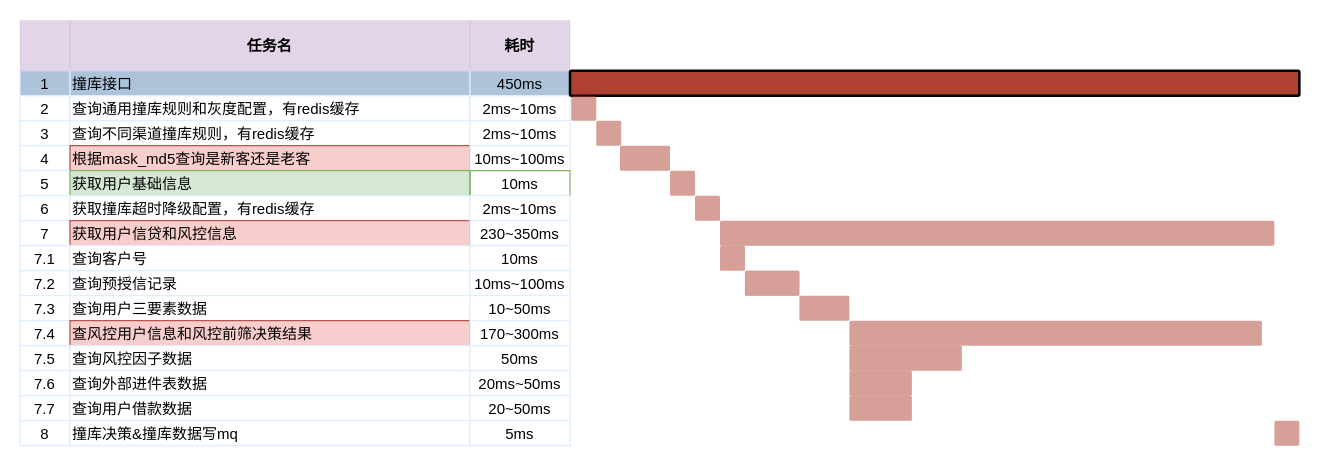
Earlier version of the draw.io diagram api撞库-timeline.drawio (yuanlj-tea/picgo). Source tidied: cells renumbered, new cells numbered last; positions are measured from the earlier drawing's top-left corner, leaving out a move shared by most shapes. Both pictures are drawn from the tidied source at 125%, with x=0, y=0 at pixel (19, 20).
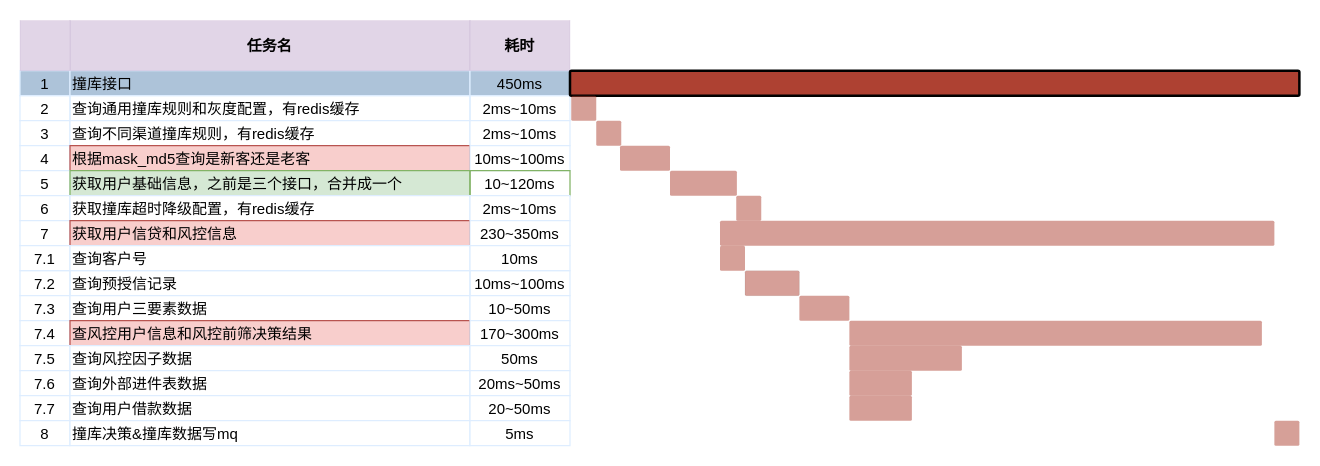
After the change.

Diff of the diagram source:
```diff
@@
-    <mxCell id="15" value="获取用户基础信息" style="align=left;strokeColor=#82b366;fillColor=#d5e8d4;" parent="1" vertex="1">
+    <mxCell id="15" value="获取用户基础信息，之前是三个接口，合并成一个" style="align=left;strokeColor=#82b366;fillColor=#d5e8d4;" parent="1" vertex="1">
       <mxGeometry x="40.5" y="120" width="320" height="20" as="geometry" />
     </mxCell>
-    <mxCell id="16" value="10ms" style="strokeColor=#82b366;fillColor=none;" parent="1" vertex="1">
+    <mxCell id="16" value="10~120ms" style="strokeColor=#82b366;fillColor=none;" parent="1" vertex="1">
       <mxGeometry x="360.5" y="120" width="80" height="20" as="geometry" />
     </mxCell>
@@
     <mxCell id="52" style="shape=mxgraph.flowchart.process;fillColor=#AE4132;strokeColor=none;strokeWidth=2;opacity=50;" parent="1" vertex="1">
-      <mxGeometry x="520.5" y="120" width="20" height="20" as="geometry" />
+      <mxGeometry x="520.5" y="120" width="53.5" height="20" as="geometry" />
     </mxCell>
@@
     <mxCell id="63" style="shape=mxgraph.flowchart.process;fillColor=#AE4132;strokeColor=none;strokeWidth=2;opacity=50;" parent="1" vertex="1">
-      <mxGeometry x="540.5" y="140" width="20" height="20" as="geometry" />
+      <mxGeometry x="573.5" y="140" width="20" height="20" as="geometry" />
     </mxCell>
```
